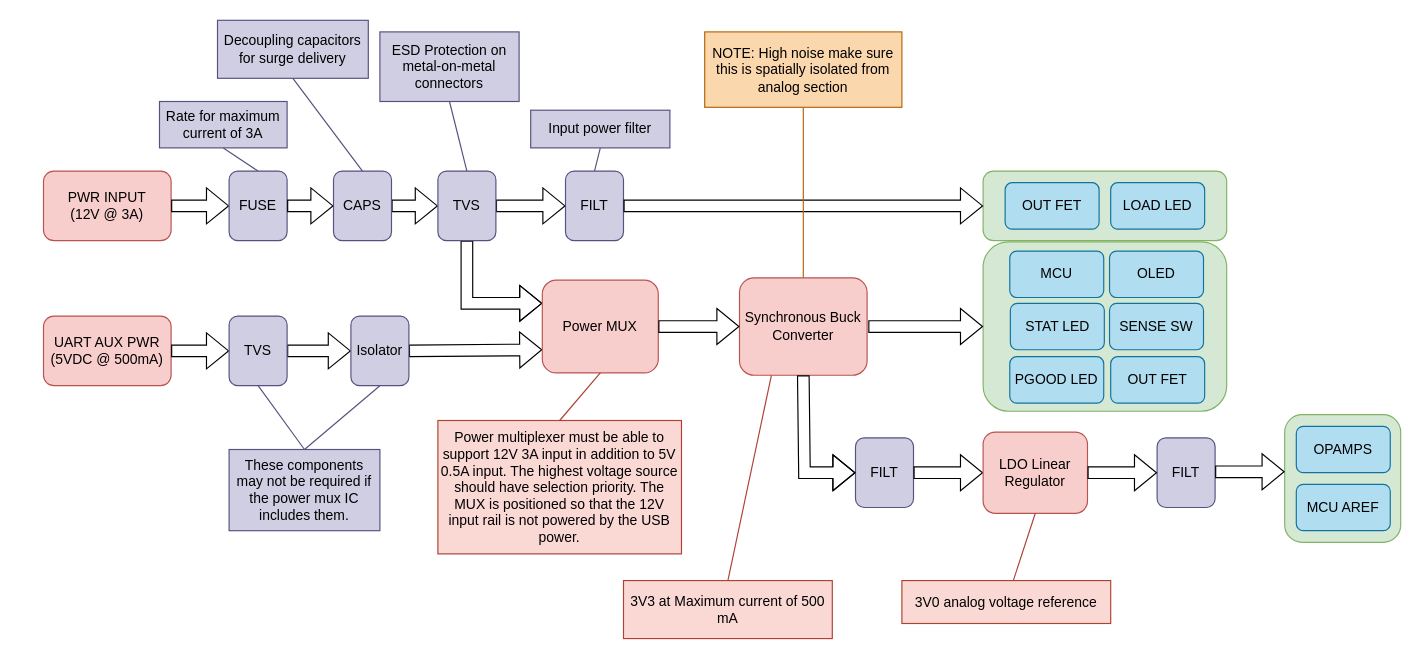
The draw.io diagram docs/ddd/power.drawio in cSDes1gn/ucl, before the edit. Source tidied: cells renumbered, new cells numbered last; positions are measured from the earlier drawing's top-left corner, leaving out a move shared by most shapes. Both pictures are drawn from the tidied source at 116%, with x=0, y=0 at pixel (43, 20).
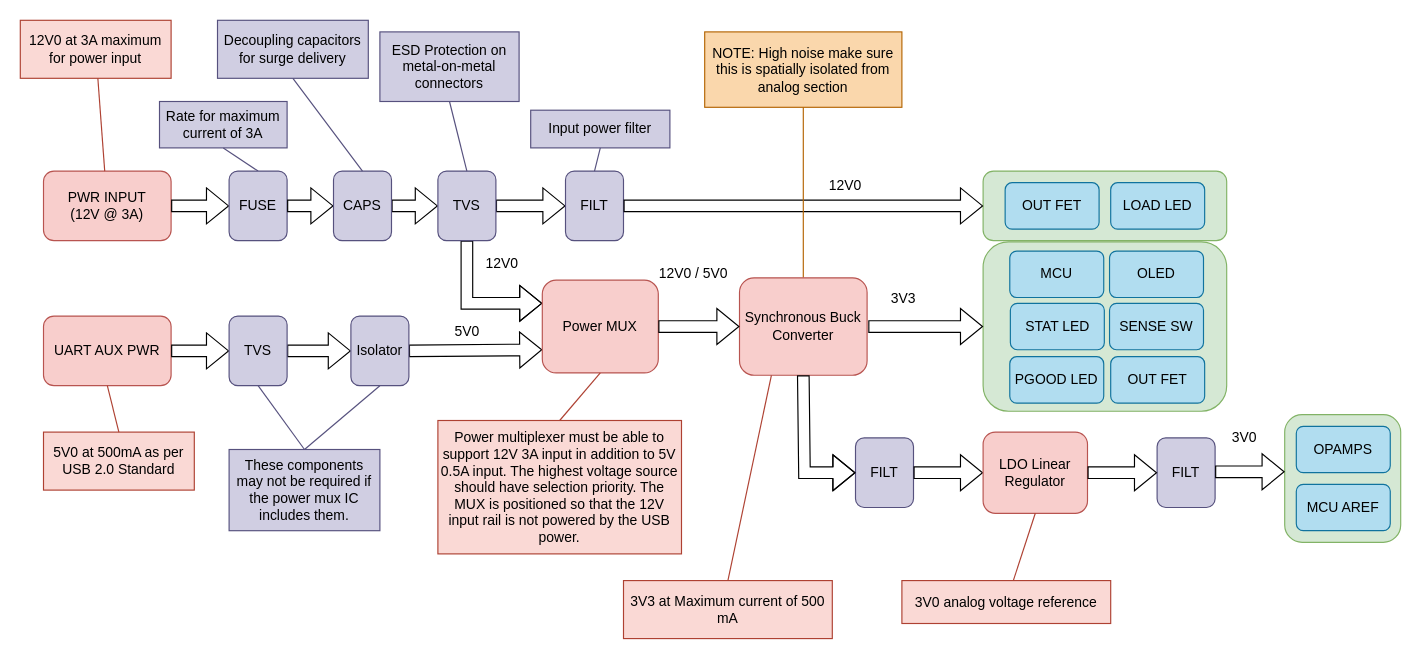
The same diagram, later.

Unchanged cells that the change refers to:
```xml
<mxCell id="5" value="PWR INPUT&lt;br&gt;(12V @&amp;nbsp;3A)" style="rounded=1;whiteSpace=wrap;html=1;fillColor=#f8cecc;strokeColor=#b85450;" parent="1" vertex="1">
  <mxGeometry y="130" width="110" height="60" as="geometry" />
</mxCell>
```

The edit, as a diff of the source:
```diff
@@
-    <mxCell id="10" value="UART AUX PWR&lt;br&gt;(5VDC @ 500mA)" style="rounded=1;whiteSpace=wrap;html=1;fillColor=#f8cecc;strokeColor=#b85450;" parent="1" vertex="1">
+    <mxCell id="10" value="UART AUX PWR" style="rounded=1;whiteSpace=wrap;html=1;fillColor=#f8cecc;strokeColor=#b85450;" parent="1" vertex="1">
       <mxGeometry y="255" width="110" height="60" as="geometry" />
     </mxCell>
@@
+    <mxCell id="63" value="3V3" style="text;html=1;align=center;verticalAlign=middle;strokeColor=none;fillColor=none;" parent="1" vertex="1">
+      <mxGeometry x="716" y="225" width="50" height="30" as="geometry" />
+    </mxCell>
+    <mxCell id="64" value="12V0" style="text;html=1;align=center;verticalAlign=middle;strokeColor=none;fillColor=none;" parent="1" vertex="1">
+      <mxGeometry x="666" y="128" width="50" height="30" as="geometry" />
+    </mxCell>
+    <mxCell id="65" value="12V0 / 5V0" style="text;html=1;align=center;verticalAlign=middle;strokeColor=none;fillColor=none;" parent="1" vertex="1">
+      <mxGeometry x="520" y="204" width="80" height="30" as="geometry" />
+    </mxCell>
+    <mxCell id="66" value="5V0" style="text;html=1;align=center;verticalAlign=middle;strokeColor=none;fillColor=none;" parent="1" vertex="1">
+      <mxGeometry x="340" y="254" width="50" height="30" as="geometry" />
+    </mxCell>
+    <mxCell id="67" value="12V0" style="text;html=1;align=center;verticalAlign=middle;strokeColor=none;fillColor=none;" parent="1" vertex="1">
+      <mxGeometry x="370" y="195" width="50" height="30" as="geometry" />
+    </mxCell>
+    <mxCell id="68" value="3V0" style="text;html=1;align=center;verticalAlign=middle;strokeColor=none;fillColor=none;" parent="1" vertex="1">
+      <mxGeometry x="1010" y="345" width="50" height="30" as="geometry" />
+    </mxCell>
+    <mxCell id="69" value="5V0 at 500mA as per USB 2.0 Standard" style="text;html=1;strokeColor=#ae4132;fillColor=#fad9d5;align=center;verticalAlign=middle;whiteSpace=wrap;rounded=0;" parent="1" vertex="1">
+      <mxGeometry y="355" width="130" height="50" as="geometry" />
+    </mxCell>
+    <mxCell id="70" style="endArrow=none;html=1;rounded=0;exitX=0.5;exitY=0;exitDx=0;exitDy=0;fillColor=#fad9d5;strokeColor=#ae4132;entryX=0.5;entryY=1;entryDx=0;entryDy=0;" parent="1" edge="1" source="69" target="10">
+      <mxGeometry relative="1" as="geometry" />
+    </mxCell>
+    <mxCell id="71" value="12V0 at 3A maximum for power input" style="text;html=1;strokeColor=#ae4132;fillColor=#fad9d5;align=center;verticalAlign=middle;whiteSpace=wrap;rounded=0;" parent="1" vertex="1">
+      <mxGeometry x="-20" width="130" height="50" as="geometry" />
+    </mxCell>
+    <mxCell id="72" style="endArrow=none;html=1;rounded=0;fillColor=#fad9d5;strokeColor=#ae4132;" parent="1" edge="1" source="5" target="71">
+      <mxGeometry relative="1" as="geometry" />
+    </mxCell>
```
